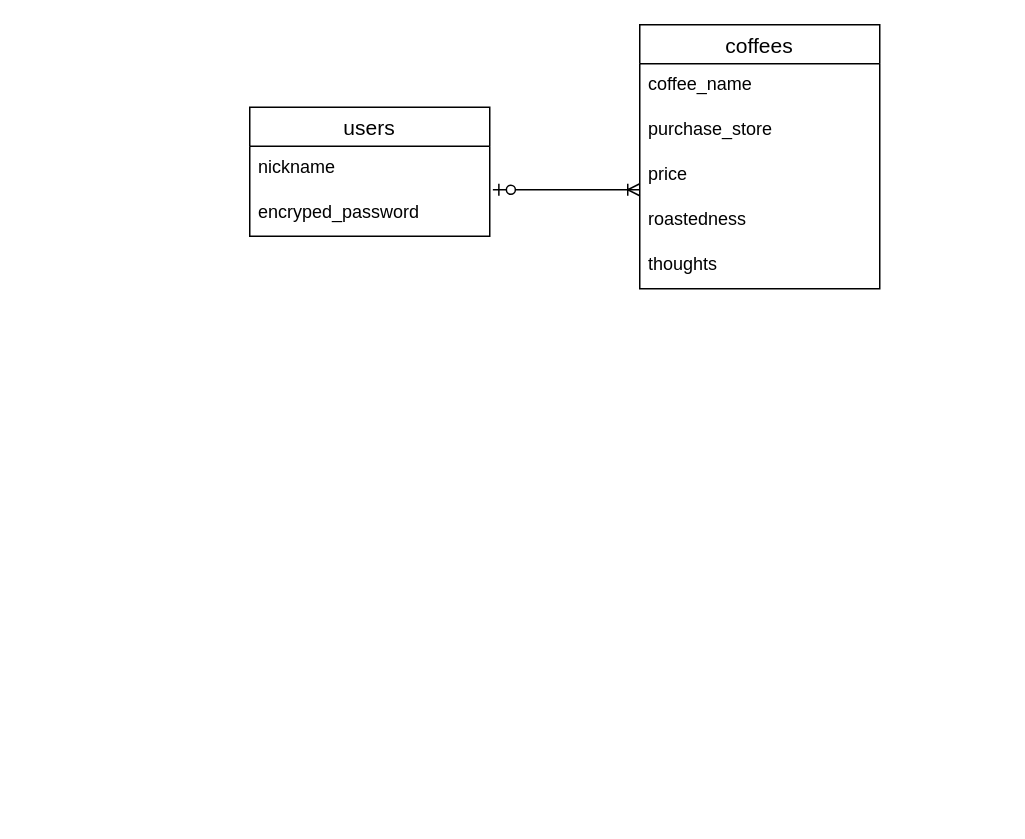
Earlier version of the draw.io diagram ER.dio (SenSen-1000/coffee-share). Source tidied: cells renumbered, new cells numbered last; positions are measured from the earlier drawing's top-left corner, leaving out a move shared by most shapes. Both pictures are drawn from the tidied source at 150%, with x=0, y=0 at pixel (249, 24).
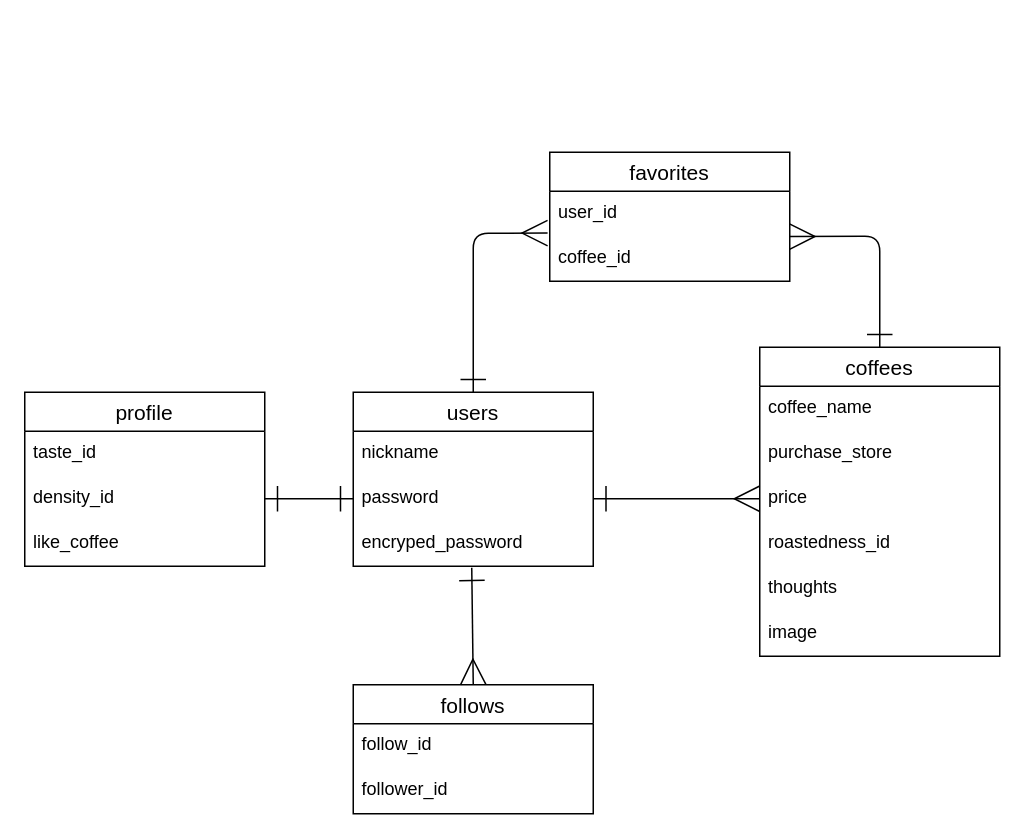
The same diagram, later.

The change refers to these unchanged cells:
```xml
<mxCell id="8" value="price" style="text;strokeColor=none;fillColor=none;spacingLeft=4;spacingRight=4;overflow=hidden;points=[[0,0.5],[1,0.5]];portConstraint=eastwest;fontSize=12;" parent="5" vertex="1">
  <mxGeometry y="86" width="160" height="30" as="geometry" />
</mxCell>
```

Change to the diagram source:
```diff
@@
     <mxCell id="2" value="users" style="swimlane;fontStyle=0;horizontal=1;startSize=26;align=center;fontSize=14;" parent="1" vertex="1">
-      <mxGeometry y="55" width="160" height="86" as="geometry" />
+      <mxGeometry x="69" y="245" width="160" height="116" as="geometry" />
     </mxCell>
@@
+    <mxCell id="12" value="password" style="text;strokeColor=none;fillColor=none;spacingLeft=4;spacingRight=4;overflow=hidden;points=[[0,0.5],[1,0.5]];portConstraint=eastwest;fontSize=12;" parent="2" vertex="1">
+      <mxGeometry y="56" width="160" height="30" as="geometry" />
+    </mxCell>
     <mxCell id="4" value="encryped_password" style="text;strokeColor=none;fillColor=none;spacingLeft=4;spacingRight=4;overflow=hidden;points=[[0,0.5],[1,0.5]];portConstraint=eastwest;fontSize=12;" parent="2" vertex="1">
-      <mxGeometry y="56" width="160" height="30" as="geometry" />
+      <mxGeometry y="86" width="160" height="30" as="geometry" />
     </mxCell>
     <mxCell id="5" value="coffees" style="swimlane;fontStyle=0;horizontal=1;startSize=26;align=center;fontSize=14;" parent="1" vertex="1">
-      <mxGeometry x="260" width="160" height="176" as="geometry" />
+      <mxGeometry x="340" y="215" width="160" height="206" as="geometry" />
     </mxCell>
@@
-    <mxCell id="9" value="roastedness" style="text;strokeColor=none;fillColor=none;spacingLeft=4;spacingRight=4;overflow=hidden;fontSize=12;" parent="5" vertex="1">
+    <mxCell id="9" value="roastedness_id" style="text;strokeColor=none;fillColor=none;spacingLeft=4;spacingRight=4;overflow=hidden;fontSize=12;" parent="5" vertex="1">
       <mxGeometry y="116" width="160" height="30" as="geometry" />
     </mxCell>
@@
-    <mxCell id="11" style="edgeStyle=entityRelationEdgeStyle;fontSize=12;html=1;endArrow=ERoneToMany;startArrow=ERzeroToOne;exitX=1.013;exitY=-0.033;exitDx=0;exitDy=0;exitPerimeter=0;" parent="1" edge="1" source="4">
-      <mxGeometry relative="1" as="geometry">
-        <mxPoint x="260" y="110" as="targetPoint" />
-      </mxGeometry>
-    </mxCell>
+    <mxCell id="13" value="image" style="text;strokeColor=none;fillColor=none;spacingLeft=4;spacingRight=4;overflow=hidden;fontSize=12;" parent="5" vertex="1">
+      <mxGeometry y="176" width="160" height="30" as="geometry" />
+    </mxCell>
+    <mxCell id="14" value="follows" style="swimlane;fontStyle=0;horizontal=1;startSize=26;align=center;fontSize=14;" parent="1" vertex="1">
+      <mxGeometry x="69" y="440" width="160" height="86" as="geometry" />
+    </mxCell>
+    <mxCell id="15" value="follow_id" style="text;strokeColor=none;fillColor=none;spacingLeft=4;spacingRight=4;overflow=hidden;fontSize=12;" parent="14" vertex="1">
+      <mxGeometry y="26" width="160" height="30" as="geometry" />
+    </mxCell>
+    <mxCell id="16" value="follower_id" style="text;strokeColor=none;fillColor=none;spacingLeft=4;spacingRight=4;overflow=hidden;fontSize=12;" parent="14" vertex="1">
+      <mxGeometry y="56" width="160" height="30" as="geometry" />
+    </mxCell>
+    <mxCell id="17" value="favorites" style="swimlane;fontStyle=0;horizontal=1;startSize=26;align=center;fontSize=14;" parent="1" vertex="1">
+      <mxGeometry x="200" y="85" width="160" height="86" as="geometry" />
+    </mxCell>
+    <mxCell id="18" value="user_id" style="text;strokeColor=none;fillColor=none;spacingLeft=4;spacingRight=4;overflow=hidden;points=[[0,0.5],[1,0.5]];portConstraint=eastwest;fontSize=12;" parent="17" vertex="1">
+      <mxGeometry y="26" width="160" height="30" as="geometry" />
+    </mxCell>
+    <mxCell id="19" value="coffee_id" style="text;strokeColor=none;fillColor=none;spacingLeft=4;spacingRight=4;overflow=hidden;fontSize=12;" parent="17" vertex="1">
+      <mxGeometry y="56" width="160" height="30" as="geometry" />
+    </mxCell>
+    <mxCell id="20" style="edgeStyle=none;html=1;endArrow=ERmany;endFill=0;startArrow=ERone;startFill=0;jumpSize=6;endSize=15;startSize=15;entryX=0;entryY=0.5;entryDx=0;entryDy=0;exitX=1;exitY=0.5;exitDx=0;exitDy=0;" parent="1" edge="1" source="12" target="8">
+      <mxGeometry relative="1" as="geometry" />
+    </mxCell>
+    <mxCell id="21" style="edgeStyle=none;html=1;endArrow=ERmany;endFill=0;startArrow=ERone;startFill=0;jumpSize=6;endSize=15;startSize=15;entryX=0.5;entryY=0;entryDx=0;entryDy=0;exitX=0.494;exitY=1.033;exitDx=0;exitDy=0;exitPerimeter=0;" parent="1" edge="1" target="14">
+      <mxGeometry relative="1" as="geometry">
+        <mxPoint x="148" y="362" as="sourcePoint" />
+      </mxGeometry>
+    </mxCell>
+    <mxCell id="22" style="edgeStyle=none;html=1;endArrow=ERmany;endFill=0;startArrow=ERone;startFill=0;jumpSize=6;endSize=15;startSize=15;entryX=-0.009;entryY=0.929;entryDx=0;entryDy=0;entryPerimeter=0;exitX=0.5;exitY=0;exitDx=0;exitDy=0;" parent="1" edge="1" source="2" target="18">
+      <mxGeometry relative="1" as="geometry">
+        <Array as="points">
+          <mxPoint x="149" y="139" />
+        </Array>
+      </mxGeometry>
+    </mxCell>
+    <mxCell id="23" value="profile" style="swimlane;fontStyle=0;horizontal=1;startSize=26;align=center;fontSize=14;" parent="1" vertex="1">
+      <mxGeometry x="-150" y="245" width="160" height="116" as="geometry" />
+    </mxCell>
+    <mxCell id="24" value="taste_id" style="text;strokeColor=none;fillColor=none;spacingLeft=4;spacingRight=4;overflow=hidden;fontSize=12;" parent="23" vertex="1">
+      <mxGeometry y="26" width="160" height="30" as="geometry" />
+    </mxCell>
+    <mxCell id="25" value="density_id" style="text;strokeColor=none;fillColor=none;spacingLeft=4;spacingRight=4;overflow=hidden;points=[[0,0.5],[1,0.5]];portConstraint=eastwest;fontSize=12;" parent="23" vertex="1">
+      <mxGeometry y="56" width="160" height="30" as="geometry" />
+    </mxCell>
+    <mxCell id="26" value="like_coffee" style="text;strokeColor=none;fillColor=none;spacingLeft=4;spacingRight=4;overflow=hidden;fontSize=12;" parent="23" vertex="1">
+      <mxGeometry y="86" width="160" height="30" as="geometry" />
+    </mxCell>
+    <mxCell id="27" style="edgeStyle=none;html=1;endArrow=ERone;endFill=0;startArrow=ERone;startFill=0;jumpSize=6;endSize=15;startSize=15;entryX=0;entryY=0.5;entryDx=0;entryDy=0;exitX=1;exitY=0.5;exitDx=0;exitDy=0;" parent="1" edge="1" source="25" target="12">
+      <mxGeometry relative="1" as="geometry" />
+    </mxCell>
+    <mxCell id="28" style="edgeStyle=none;html=1;endArrow=ERmany;endFill=0;startArrow=ERone;startFill=0;jumpSize=6;endSize=15;startSize=15;entryX=0.999;entryY=1.007;entryDx=0;entryDy=0;entryPerimeter=0;" parent="1" edge="1" target="18">
+      <mxGeometry relative="1" as="geometry">
+        <mxPoint x="420" y="215" as="sourcePoint" />
+        <Array as="points">
+          <mxPoint x="420" y="141" />
+        </Array>
+      </mxGeometry>
+    </mxCell>
```
